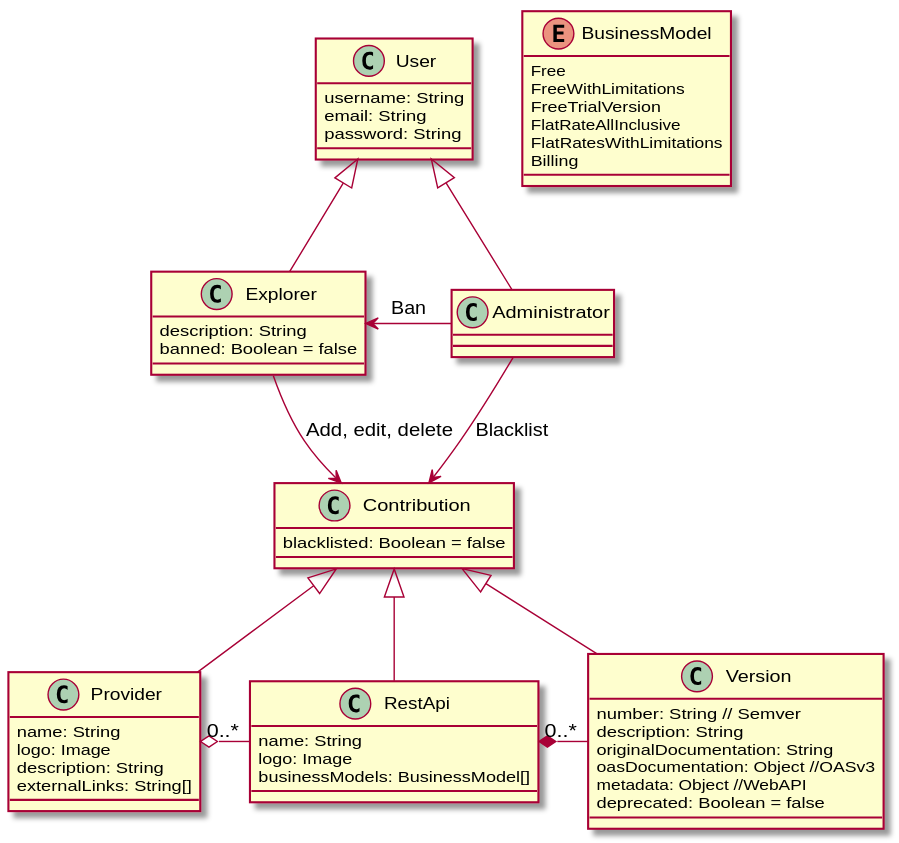
Earlier version of the PlantUML export doc/DC APIs Repositorio.svg (tonen100/TFM_API_RepositorioServiciosWebEnriquecidos).
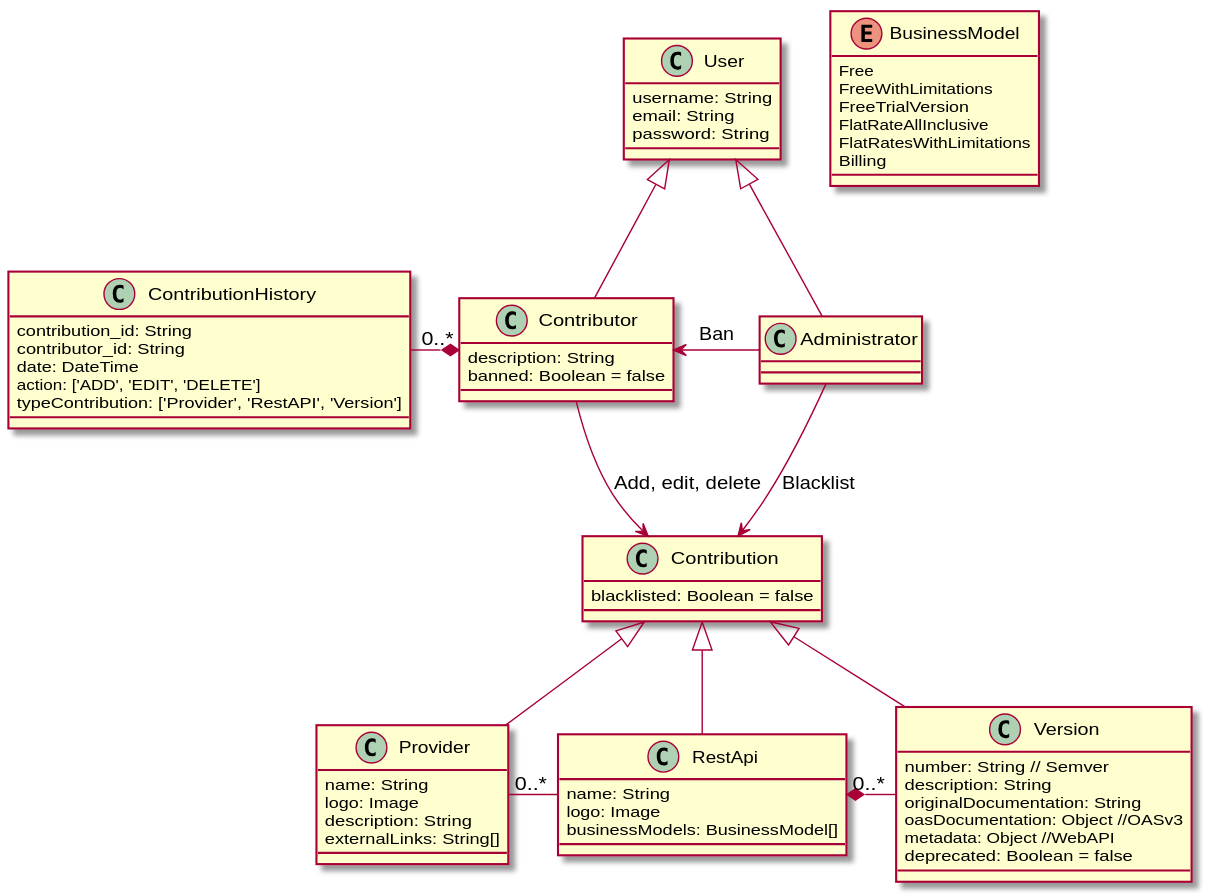
After the commit.

What changed in the source:
```diff
@@ -36,7 +36,7 @@
     password: String
 }
 
-class Explorer {
+class Contributor {
     description: String
     banned: Boolean = false
 }
@@ -45,18 +45,27 @@
 
 }
 
+class ContributionHistory {
+    contribution_id: String
+    contributor_id: String
+    date: DateTime
+    action: ['ADD', 'EDIT', 'DELETE']
+    typeContribution: ['Provider', 'RestAPI', 'Version']
+}
+
 class Contribution {
     blacklisted: Boolean = false
 }
 
 RestApi *-right- "0..*" Version
-Provider o-right- "0..*" RestApi
+Provider -right- "0..*" RestApi
 User <|-- Administrator
-User <|-- Explorer
+User <|-- Contributor
 Administrator --> Contribution: Blacklist
-Administrator -left-> Explorer: Ban
-Explorer --> Contribution: Add, edit, delete
+Administrator -left-> Contributor: Ban
+Contributor --> Contribution: Add, edit, delete
 Contribution <|-- Provider
 Contribution <|-- RestApi
 Contribution <|-- Version
+Contributor *-left- "0..*" ContributionHistory
 @enduml
```
